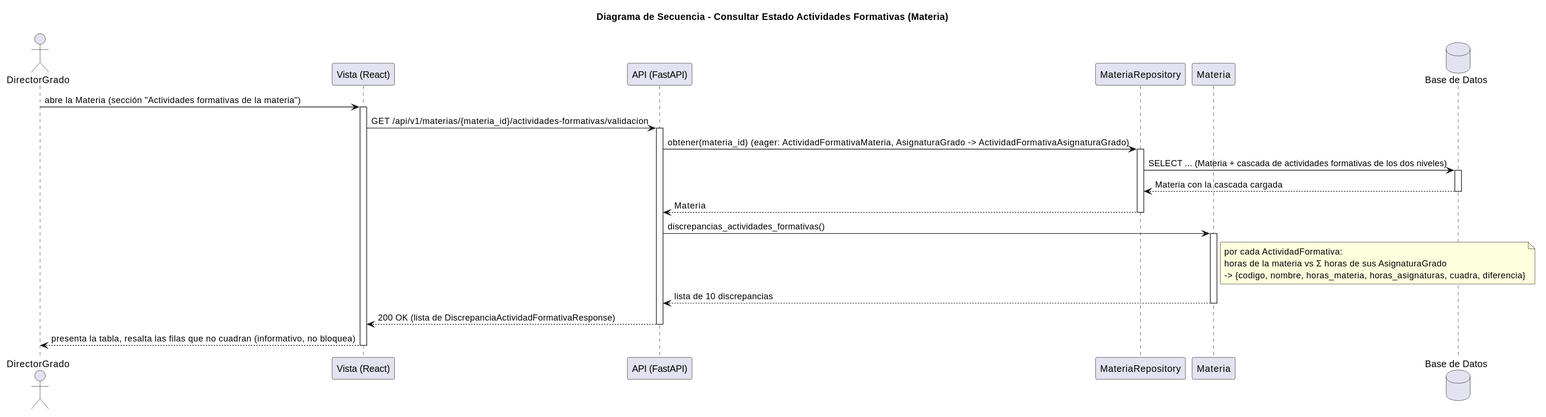
Before: images/RUP/03-diseño/casos-uso/consultarEstadoActividadesFormativasMateria/secuencia.svg, a diagram exported from PlantUML (mmasias/pyCeldaPublico). Source of this version:
```plantuml
@startuml
title Diagrama de Secuencia - Consultar Estado Actividades Formativas (Materia)

actor "DirectorGrado" as DirectorGrado
participant "Vista (React)" as Vista
participant "API (FastAPI)" as API
participant "MateriaRepository" as Repo
participant "Materia" as Materia
database "Base de Datos" as DB

DirectorGrado -> Vista: abre la Materia (sección "Actividades formativas de la materia")
activate Vista
Vista -> API: GET /api/v1/materias/{materia_id}/actividades-formativas/validacion
activate API
API -> Repo: obtener(materia_id)  (eager: ActividadFormativaMateria, AsignaturaGrado -> ActividadFormativaAsignaturaGrado)
activate Repo
Repo -> DB: SELECT ... (Materia + cascada de actividades formativas de los dos niveles)
activate DB
DB --> Repo: Materia con la cascada cargada
deactivate DB
Repo --> API: Materia
deactivate Repo
API -> Materia: discrepancias_actividades_formativas()
activate Materia
note right of Materia: por cada ActividadFormativa:\nhoras de la materia vs Σ horas de sus AsignaturaGrado\n-> {codigo, nombre, horas_materia, horas_asignaturas, cuadra, diferencia}
Materia --> API: lista de 10 discrepancias
deactivate Materia
API --> Vista: 200 OK (lista de DiscrepanciaActividadFormativaResponse)
deactivate API
Vista --> DirectorGrado: presenta la tabla, resalta las filas que no cuadran (informativo, no bloquea)
deactivate Vista
@enduml
```
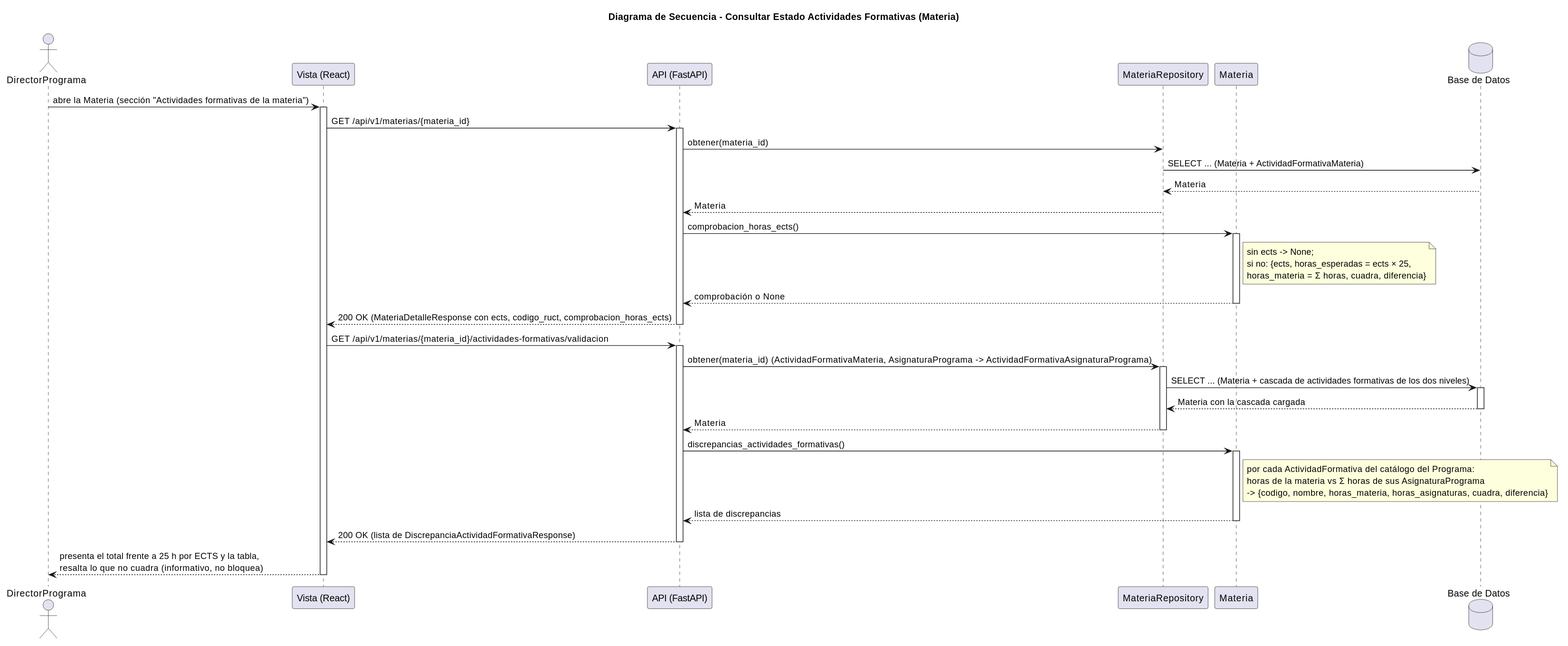
After the commit.

The edit, as a diff of the source:
```diff
@@ -1,18 +1,31 @@
 @startuml
 title Diagrama de Secuencia - Consultar Estado Actividades Formativas (Materia)
 
-actor "DirectorGrado" as DirectorGrado
+actor "DirectorPrograma" as DirectorPrograma
 participant "Vista (React)" as Vista
 participant "API (FastAPI)" as API
 participant "MateriaRepository" as Repo
 participant "Materia" as Materia
 database "Base de Datos" as DB
 
-DirectorGrado -> Vista: abre la Materia (sección "Actividades formativas de la materia")
+DirectorPrograma -> Vista: abre la Materia (sección "Actividades formativas de la materia")
 activate Vista
+Vista -> API: GET /api/v1/materias/{materia_id}
+activate API
+API -> Repo: obtener(materia_id)
+Repo -> DB: SELECT ... (Materia + ActividadFormativaMateria)
+DB --> Repo: Materia
+Repo --> API: Materia
+API -> Materia: comprobacion_horas_ects()
+activate Materia
+note right of Materia: sin ects -> None;\nsi no: {ects, horas_esperadas = ects × 25,\nhoras_materia = Σ horas, cuadra, diferencia}
+Materia --> API: comprobación o None
+deactivate Materia
+API --> Vista: 200 OK (MateriaDetalleResponse con ects, codigo_ruct, comprobacion_horas_ects)
+deactivate API
 Vista -> API: GET /api/v1/materias/{materia_id}/actividades-formativas/validacion
 activate API
-API -> Repo: obtener(materia_id)  (eager: ActividadFormativaMateria, AsignaturaGrado -> ActividadFormativaAsignaturaGrado)
+API -> Repo: obtener(materia_id)  (ActividadFormativaMateria, AsignaturaPrograma -> ActividadFormativaAsignaturaPrograma)
 activate Repo
 Repo -> DB: SELECT ... (Materia + cascada de actividades formativas de los dos niveles)
 activate DB
@@ -22,11 +35,11 @@
 deactivate Repo
 API -> Materia: discrepancias_actividades_formativas()
 activate Materia
-note right of Materia: por cada ActividadFormativa:\nhoras de la materia vs Σ horas de sus AsignaturaGrado\n-> {codigo, nombre, horas_materia, horas_asignaturas, cuadra, diferencia}
-Materia --> API: lista de 10 discrepancias
+note right of Materia: por cada ActividadFormativa del catálogo del Programa:\nhoras de la materia vs Σ horas de sus AsignaturaPrograma\n-> {codigo, nombre, horas_materia, horas_asignaturas, cuadra, diferencia}
+Materia --> API: lista de discrepancias
 deactivate Materia
 API --> Vista: 200 OK (lista de DiscrepanciaActividadFormativaResponse)
 deactivate API
-Vista --> DirectorGrado: presenta la tabla, resalta las filas que no cuadran (informativo, no bloquea)
+Vista --> DirectorPrograma: presenta el total frente a 25 h por ECTS y la tabla,\nresalta lo que no cuadra (informativo, no bloquea)
 deactivate Vista
 @enduml
```
